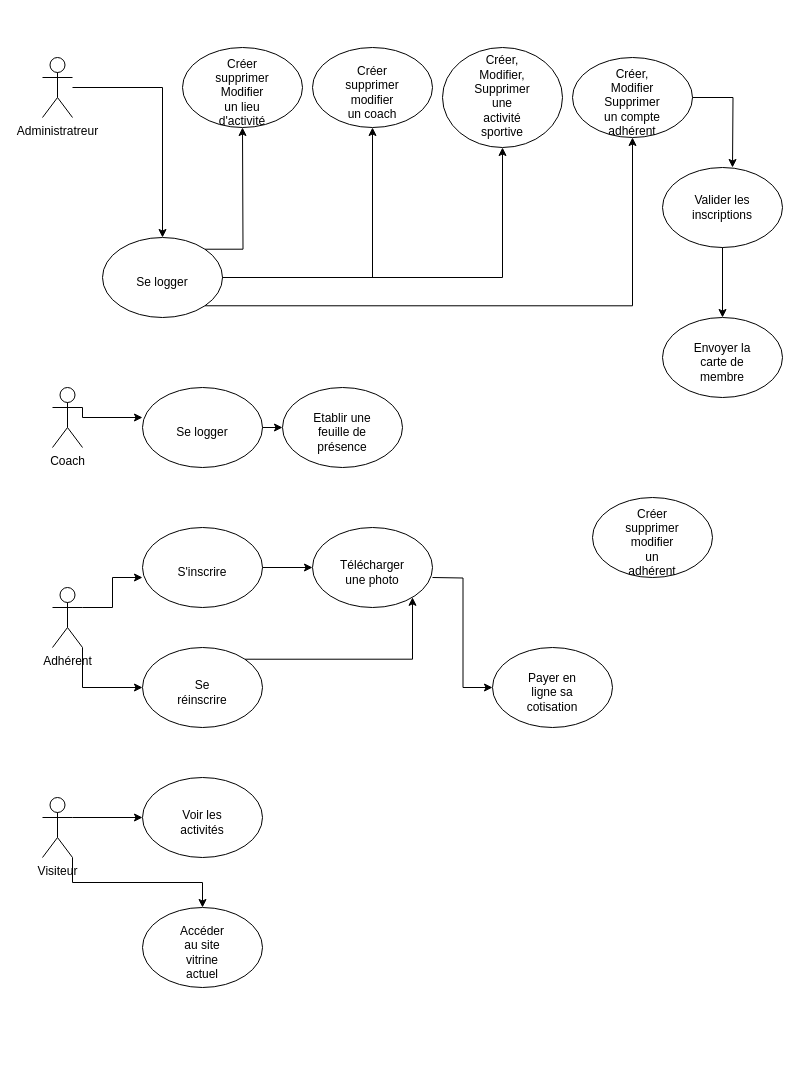
cyrisa02/diagrammes-UML keeps this draw.io diagram as asdec/Fonctionnalités2.drawio. Above is the earlier version. Source tidied: cells renumbered, new cells numbered last; positions are measured from the earlier drawing's top-left corner, leaving out a move shared by most shapes. Both pictures are drawn from the tidied source at 100%, with x=0, y=0 at pixel (42, 47).
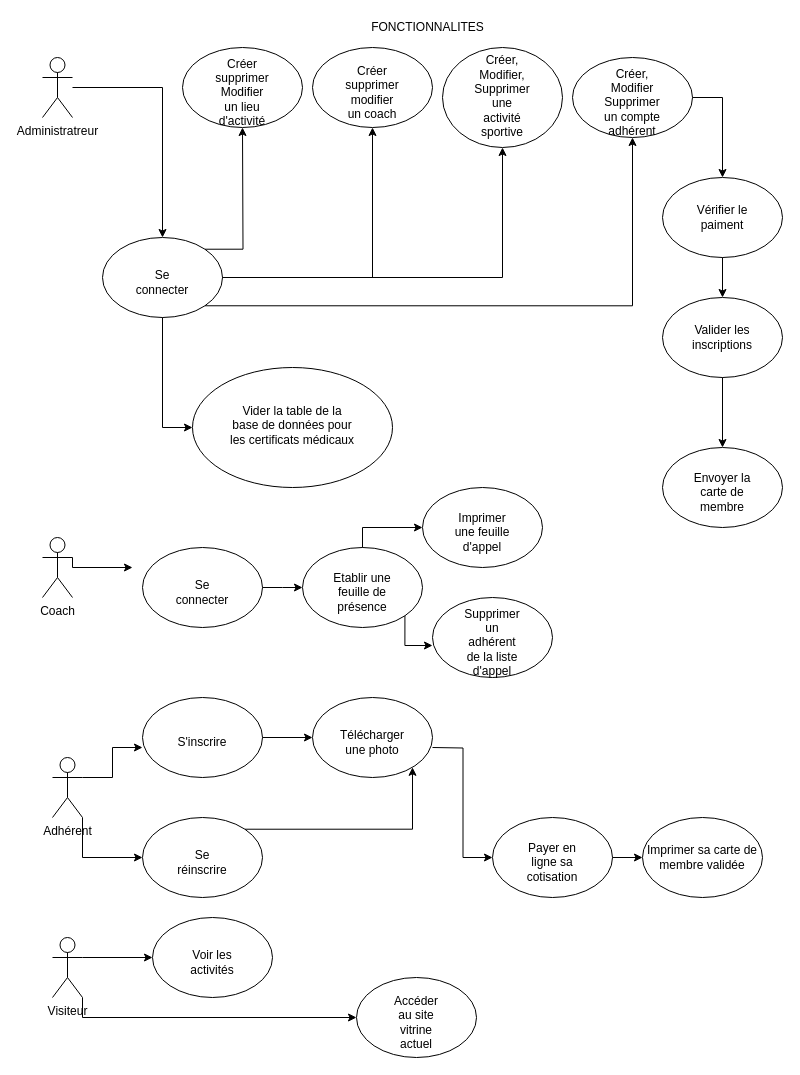
After the change.

The change refers to these unchanged cells:
```xml
<mxCell id="12" style="group;" parent="1" vertex="1">
  <mxGeometry x="60" y="190" width="120" height="80" as="geometry" />
</mxCell>
<mxCell id="13" style="ellipse;whiteSpace=wrap;html=1;" parent="12" vertex="1">
  <mxGeometry width="120" height="80" as="geometry" />
</mxCell>
<mxCell id="19" style="ellipse;whiteSpace=wrap;html=1;" parent="18" vertex="1">
  <mxGeometry width="120" height="80" as="geometry" />
</mxCell>
<mxCell id="22" style="ellipse;whiteSpace=wrap;html=1;" parent="21" vertex="1">
  <mxGeometry width="120" height="80" as="geometry" />
</mxCell>
<mxCell id="28" style="ellipse;whiteSpace=wrap;html=1;" parent="27" vertex="1">
  <mxGeometry width="120" height="80" as="geometry" />
</mxCell>
<mxCell id="31" style="ellipse;whiteSpace=wrap;html=1;" parent="30" vertex="1">
  <mxGeometry width="120" height="80" as="geometry" />
</mxCell>
<mxCell id="34" style="ellipse;whiteSpace=wrap;html=1;" parent="33" vertex="1">
  <mxGeometry width="120" height="80" as="geometry" />
</mxCell>
<mxCell id="46" style="ellipse;whiteSpace=wrap;html=1;" parent="45" vertex="1">
  <mxGeometry width="120" height="80" as="geometry" />
</mxCell>
<mxCell id="62" style="ellipse;whiteSpace=wrap;html=1;" parent="61" vertex="1">
  <mxGeometry width="120" height="80" as="geometry" />
</mxCell>
```

The edit, as a diff of the source:
```diff
@@
     <mxCell id="6" value="Adhérent" style="shape=umlActor;verticalLabelPosition=bottom;verticalAlign=top;html=1;outlineConnect=0;" parent="1" vertex="1">
-      <mxGeometry x="10" y="540" width="30" height="60" as="geometry" />
+      <mxGeometry x="10" y="710" width="30" height="60" as="geometry" />
     </mxCell>
@@
     <mxCell id="9" value="Visiteur" style="shape=umlActor;verticalLabelPosition=bottom;verticalAlign=top;html=1;outlineConnect=0;" parent="1" vertex="1">
-      <mxGeometry y="750" width="30" height="60" as="geometry" />
+      <mxGeometry x="10" y="890" width="30" height="60" as="geometry" />
     </mxCell>
     <mxCell id="10" style="edgeStyle=orthogonalEdgeStyle;rounded=0;jettySize=auto;html=1;exitX=1;exitY=0.3333333333333333;exitDx=0;exitDy=0;exitPerimeter=0;" parent="1" edge="1" source="11">
       <mxGeometry relative="1" as="geometry">
-        <mxPoint x="100" y="370" as="targetPoint" />
+        <mxPoint x="90" y="520" as="targetPoint" />
         <Array as="points">
-          <mxPoint x="40" y="370" />
+          <mxPoint x="30" y="520" />
         </Array>
       </mxGeometry>
     </mxCell>
     <mxCell id="11" value="Coach" style="shape=umlActor;verticalLabelPosition=bottom;verticalAlign=top;html=1;outlineConnect=0;" parent="1" vertex="1">
-      <mxGeometry x="10" y="340" width="30" height="60" as="geometry" />
+      <mxGeometry y="490" width="30" height="60" as="geometry" />
     </mxCell>
@@
-    <mxCell id="14" value="Se logger" style="text;html=1;strokeColor=none;fillColor=none;align=center;verticalAlign=middle;whiteSpace=wrap;rounded=0;" parent="12" vertex="1">
+    <mxCell id="14" value="Se connecter" style="text;html=1;strokeColor=none;fillColor=none;align=center;verticalAlign=middle;whiteSpace=wrap;rounded=0;" parent="12" vertex="1">
       <mxGeometry x="30" y="30" width="60" height="30" as="geometry" />
     </mxCell>
@@
     <mxCell id="18" style="group;" parent="1" vertex="1">
-      <mxGeometry x="100" y="600" width="120" height="80" as="geometry" />
+      <mxGeometry x="100" y="770" width="120" height="80" as="geometry" />
     </mxCell>
@@
     <mxCell id="21" style="group;" parent="1" vertex="1">
-      <mxGeometry x="240" y="340" width="120" height="80" as="geometry" />
+      <mxGeometry x="260" y="500" width="120" height="80" as="geometry" />
     </mxCell>
@@
     <mxCell id="24" style="group;" parent="1" vertex="1">
-      <mxGeometry x="100" y="480" width="120" height="80" as="geometry" />
+      <mxGeometry x="100" y="650" width="120" height="80" as="geometry" />
     </mxCell>
@@
     <mxCell id="30" style="group;" parent="1" vertex="1">
-      <mxGeometry x="450" y="600" width="120" height="80" as="geometry" />
+      <mxGeometry x="450" y="770" width="120" height="80" as="geometry" />
     </mxCell>
@@
     <mxCell id="33" style="group;" parent="1" vertex="1">
-      <mxGeometry x="270" y="480" width="120" height="80" as="geometry" />
+      <mxGeometry x="270" y="650" width="120" height="80" as="geometry" />
     </mxCell>
@@
     <mxCell id="36" style="group;" parent="1" vertex="1">
-      <mxGeometry x="620" y="270" width="120" height="80" as="geometry" />
+      <mxGeometry x="620" y="400" width="120" height="80" as="geometry" />
     </mxCell>
@@
-    <mxCell id="42" style="group;" parent="1" vertex="1">
-      <mxGeometry x="550" y="450" width="120" height="80" as="geometry" />
-    </mxCell>
-    <mxCell id="43" style="ellipse;whiteSpace=wrap;html=1;" parent="42" vertex="1">
-      <mxGeometry width="120" height="80" as="geometry" />
-    </mxCell>
-    <mxCell id="44" value="Créer supprimer modifier un adhérent" style="text;html=1;strokeColor=none;fillColor=none;align=center;verticalAlign=middle;whiteSpace=wrap;rounded=0;" parent="42" vertex="1">
-      <mxGeometry x="30" y="30" width="60" height="30" as="geometry" />
-    </mxCell>
     <mxCell id="45" style="group;" parent="1" vertex="1">
-      <mxGeometry x="620" y="120" width="120" height="80" as="geometry" />
+      <mxGeometry x="620" y="250" width="120" height="80" as="geometry" />
     </mxCell>
@@
     <mxCell id="51" style="group;" parent="1" vertex="1">
-      <mxGeometry x="100" y="730" width="120" height="80" as="geometry" />
+      <mxGeometry x="110" y="870" width="120" height="80" as="geometry" />
     </mxCell>
@@
     <mxCell id="54" style="group;" parent="1" vertex="1">
-      <mxGeometry x="100" y="860" width="120" height="80" as="geometry" />
+      <mxGeometry x="314" y="930" width="120" height="80" as="geometry" />
     </mxCell>
@@
     <mxCell id="60" style="edgeStyle=orthogonalEdgeStyle;rounded=0;jettySize=auto;html=1;entryX=0;entryY=0.5;entryDx=0;entryDy=0;" parent="1" edge="1" target="31">
       <mxGeometry relative="1" as="geometry">
-        <mxPoint x="390" y="530" as="sourcePoint" />
+        <mxPoint x="390" y="700" as="sourcePoint" />
       </mxGeometry>
     </mxCell>
     <mxCell id="61" style="group;" parent="1" vertex="1">
-      <mxGeometry x="100" y="340" width="120" height="80" as="geometry" />
+      <mxGeometry x="380" y="440" width="120" height="80" as="geometry" />
     </mxCell>
@@
-    <mxCell id="63" value="Se logger" style="text;html=1;strokeColor=none;fillColor=none;align=center;verticalAlign=middle;whiteSpace=wrap;rounded=0;" parent="61" vertex="1">
+    <mxCell id="63" value="Imprimer une feuille d'appel" style="text;html=1;strokeColor=none;fillColor=none;align=center;verticalAlign=middle;whiteSpace=wrap;rounded=0;" parent="61" vertex="1">
       <mxGeometry x="30" y="30" width="60" height="30" as="geometry" />
     </mxCell>
@@
     <mxCell id="65" style="edgeStyle=orthogonalEdgeStyle;rounded=0;jettySize=auto;html=1;exitX=1;exitY=0;exitDx=0;exitDy=0;" parent="1" edge="1" source="19" target="34">
       <mxGeometry relative="1" as="geometry">
         <Array as="points">
-          <mxPoint x="370" y="612" />
+          <mxPoint x="370" y="782" />
         </Array>
       </mxGeometry>
     </mxCell>
-    <mxCell id="66" style="edgeStyle=orthogonalEdgeStyle;rounded=0;jettySize=auto;html=1;exitX=1;exitY=0.5;exitDx=0;exitDy=0;entryX=0;entryY=0.5;entryDx=0;entryDy=0;" parent="1" edge="1" source="62" target="22">
-      <mxGeometry relative="1" as="geometry" />
-    </mxCell>
@@
-    <mxCell id="68" style="edgeStyle=orthogonalEdgeStyle;rounded=0;jettySize=auto;html=1;exitX=1;exitY=0.5;exitDx=0;exitDy=0;" parent="1" edge="1" source="28">
-      <mxGeometry relative="1" as="geometry">
-        <mxPoint x="690" y="120" as="targetPoint" />
-      </mxGeometry>
+    <mxCell id="68" style="edgeStyle=orthogonalEdgeStyle;rounded=0;jettySize=auto;html=1;exitX=1;exitY=0.5;exitDx=0;exitDy=0;" parent="1" edge="1" source="28" target="80">
+      <mxGeometry relative="1" as="geometry" />
     </mxCell>
@@
+    <mxCell id="70" style="group;" parent="1" vertex="1">
+      <mxGeometry x="100" y="500" width="120" height="80" as="geometry" />
+    </mxCell>
+    <mxCell id="71" style="ellipse;whiteSpace=wrap;html=1;" parent="70" vertex="1">
+      <mxGeometry width="120" height="80" as="geometry" />
+    </mxCell>
+    <mxCell id="72" value="&lt;div&gt;Se connecter&lt;/div&gt;" style="text;html=1;strokeColor=none;fillColor=none;align=center;verticalAlign=middle;whiteSpace=wrap;rounded=0;" parent="70" vertex="1">
+      <mxGeometry x="30" y="30" width="60" height="30" as="geometry" />
+    </mxCell>
+    <mxCell id="73" style="group;" parent="1" vertex="1">
+      <mxGeometry x="390" y="550" width="120" height="80" as="geometry" />
+    </mxCell>
+    <mxCell id="74" style="ellipse;whiteSpace=wrap;html=1;" parent="73" vertex="1">
+      <mxGeometry width="120" height="80" as="geometry" />
+    </mxCell>
+    <mxCell id="75" value="Supprimer un adhérent de la liste d'appel" style="text;html=1;strokeColor=none;fillColor=none;align=center;verticalAlign=middle;whiteSpace=wrap;rounded=0;" parent="73" vertex="1">
+      <mxGeometry x="30" y="30" width="60" height="30" as="geometry" />
+    </mxCell>
+    <mxCell id="76" style="edgeStyle=orthogonalEdgeStyle;rounded=0;jettySize=auto;html=1;exitX=1;exitY=1;exitDx=0;exitDy=0;entryX=0;entryY=0.6;entryDx=0;entryDy=0;entryPerimeter=0;" parent="1" edge="1" source="22" target="74">
+      <mxGeometry relative="1" as="geometry">
+        <Array as="points">
+          <mxPoint x="362" y="598" />
+        </Array>
+      </mxGeometry>
+    </mxCell>
+    <mxCell id="77" style="edgeStyle=orthogonalEdgeStyle;rounded=0;jettySize=auto;html=1;exitX=1;exitY=0.5;exitDx=0;exitDy=0;" parent="1" edge="1" source="71">
+      <mxGeometry relative="1" as="geometry">
+        <mxPoint x="260" y="540" as="targetPoint" />
+      </mxGeometry>
+    </mxCell>
+    <mxCell id="78" style="edgeStyle=orthogonalEdgeStyle;rounded=0;jettySize=auto;html=1;exitX=0.5;exitY=0;exitDx=0;exitDy=0;entryX=0;entryY=0.5;entryDx=0;entryDy=0;" parent="1" edge="1" source="22" target="62">
+      <mxGeometry relative="1" as="geometry" />
+    </mxCell>
+    <mxCell id="79" style="group;" parent="1" vertex="1">
+      <mxGeometry x="620" y="130" width="120" height="80" as="geometry" />
+    </mxCell>
+    <mxCell id="80" style="ellipse;whiteSpace=wrap;html=1;" parent="79" vertex="1">
+      <mxGeometry width="120" height="80" as="geometry" />
+    </mxCell>
+    <mxCell id="81" value="Vérifier le paiment" style="text;html=1;strokeColor=none;fillColor=none;align=center;verticalAlign=middle;whiteSpace=wrap;rounded=0;" parent="79" vertex="1">
+      <mxGeometry x="30" y="25" width="60" height="30" as="geometry" />
+    </mxCell>
+    <mxCell id="82" style="edgeStyle=orthogonalEdgeStyle;rounded=0;jettySize=auto;html=1;exitX=0.5;exitY=1;exitDx=0;exitDy=0;entryX=0.5;entryY=0;entryDx=0;entryDy=0;" parent="1" edge="1" source="80" target="46">
+      <mxGeometry relative="1" as="geometry" />
+    </mxCell>
+    <mxCell id="83" value="Imprimer sa carte de membre validée" style="ellipse;whiteSpace=wrap;html=1;" parent="1" vertex="1">
+      <mxGeometry x="600" y="770" width="120" height="80" as="geometry" />
+    </mxCell>
+    <mxCell id="84" style="edgeStyle=orthogonalEdgeStyle;rounded=0;jettySize=auto;html=1;exitX=1;exitY=0.5;exitDx=0;exitDy=0;entryX=0;entryY=0.5;entryDx=0;entryDy=0;" parent="1" edge="1" source="31" target="83">
+      <mxGeometry relative="1" as="geometry" />
+    </mxCell>
+    <mxCell id="85" style="group;" parent="1" vertex="1">
+      <mxGeometry x="150" y="320" width="200" height="120" as="geometry" />
+    </mxCell>
+    <mxCell id="86" style="ellipse;whiteSpace=wrap;html=1;" parent="85" vertex="1">
+      <mxGeometry width="200" height="120" as="geometry" />
+    </mxCell>
+    <mxCell id="87" value="Vider la table de la base de données pour les certificats médicaux" style="text;html=1;strokeColor=none;fillColor=none;align=center;verticalAlign=middle;whiteSpace=wrap;rounded=0;" parent="85" vertex="1">
+      <mxGeometry x="35" y="30" width="130" height="55" as="geometry" />
+    </mxCell>
+    <mxCell id="88" style="edgeStyle=orthogonalEdgeStyle;rounded=0;jettySize=auto;html=1;exitX=0.5;exitY=1;exitDx=0;exitDy=0;entryX=0;entryY=0.5;entryDx=0;entryDy=0;" parent="1" edge="1" source="13" target="86">
+      <mxGeometry relative="1" as="geometry" />
+    </mxCell>
+    <mxCell id="89" value="FONCTIONNALITES" style="text;html=1;align=center;verticalAlign=middle;fillColor=none;strokeColor=none;rounded=0;" parent="1" vertex="1">
+      <mxGeometry x="320" y="-30" width="130" height="20" as="geometry" />
+    </mxCell>
```
